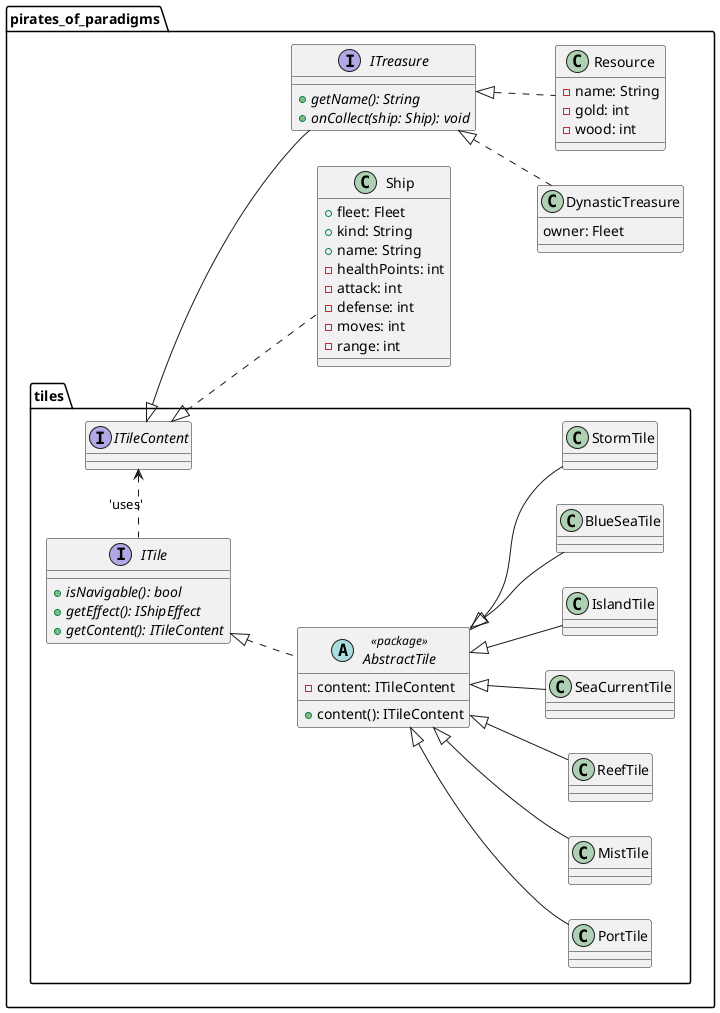
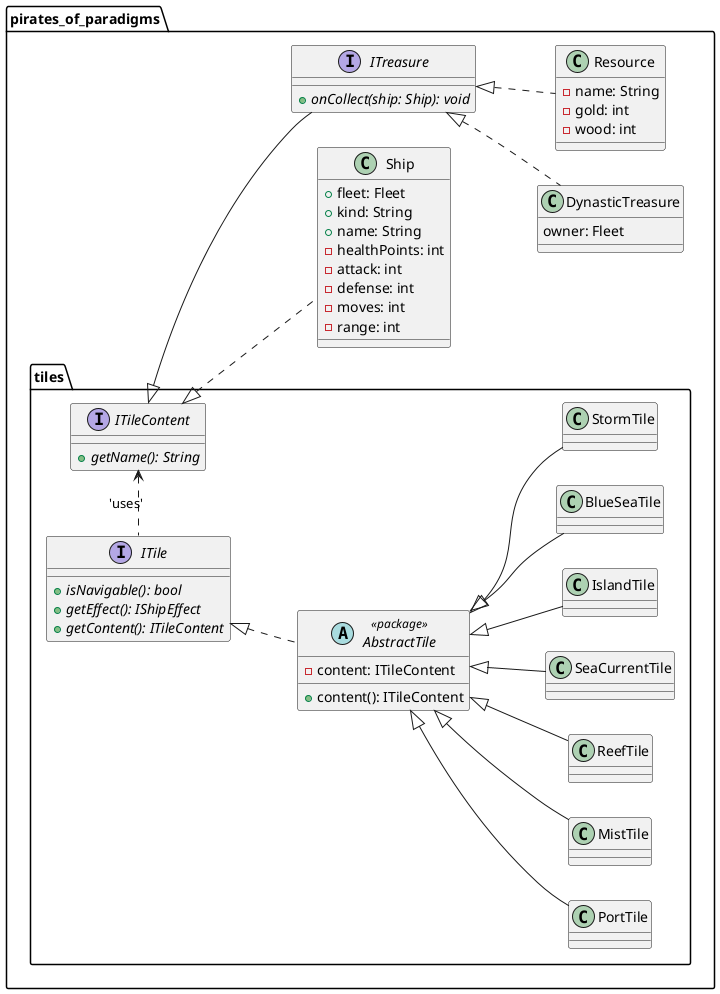
@startuml
left to right direction

package "pirates_of_paradigms" {
    package "tiles" {
        interface ITile
        interface ITileContent
        abstract AbstractTile <<package>> implements ITile
        class BlueSeaTile extends AbstractTile
        class StormTile extends AbstractTile
        class PortTile extends AbstractTile
        class MistTile extends AbstractTile
        class ReefTile extends AbstractTile
        class SeaCurrentTile extends AbstractTile
        class IslandTile extends AbstractTile
        ITileContent <. ITile : 'uses'
    }

    interface ITreasure implements tiles.ITileContent
    class Resource implements ITreasure
    class DynasticTreasure implements ITreasure
    class Ship implements tiles.ITileContent
}

' ################################################################
' Esta sección es para definir miembros y metodos
' ################################################################

interface pirates_of_paradigms.tiles.ITile {
    + {abstract} isNavigable(): bool
    + {abstract} getEffect(): IShipEffect
    + {abstract} getContent(): ITileContent
}

+ interface pirates_of_paradigms.tiles.ITileContent {
+     + {abstract} getName(): String
+ }
+ 
abstract pirates_of_paradigms.tiles.AbstractTile {
    - content: ITileContent
    + content(): ITileContent
}

interface pirates_of_paradigms.ITreasure {
-     + {abstract} getName(): String
    + {abstract} onCollect(ship: Ship): void
}

class pirates_of_paradigms.Resource {
    - name: String
    - gold: int
    - wood: int
}

class pirates_of_paradigms.DynasticTreasure {
    owner: Fleet
}

class pirates_of_paradigms.Ship {
    + fleet: Fleet
    + kind: String
    + name: String
    - healthPoints: int
    - attack: int
    - defense: int
    - moves: int
    - range: int
}

@enduml